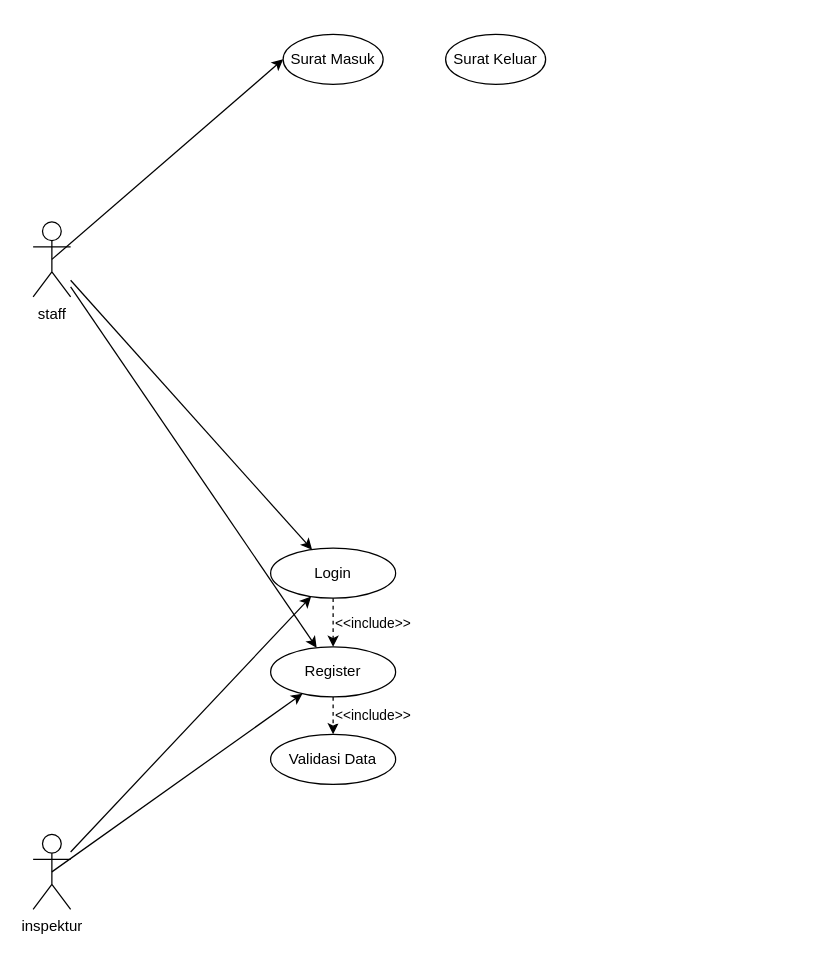
Before: use_case_diagram.drawio in sheillendra/arsip-surat, a draw.io diagram. Source tidied: cells renumbered, new cells numbered last; positions are measured from the earlier drawing's top-left corner, leaving out a move shared by most shapes. Both pictures are drawn from the tidied source at 125%, with x=0, y=0 at pixel (32, 34).
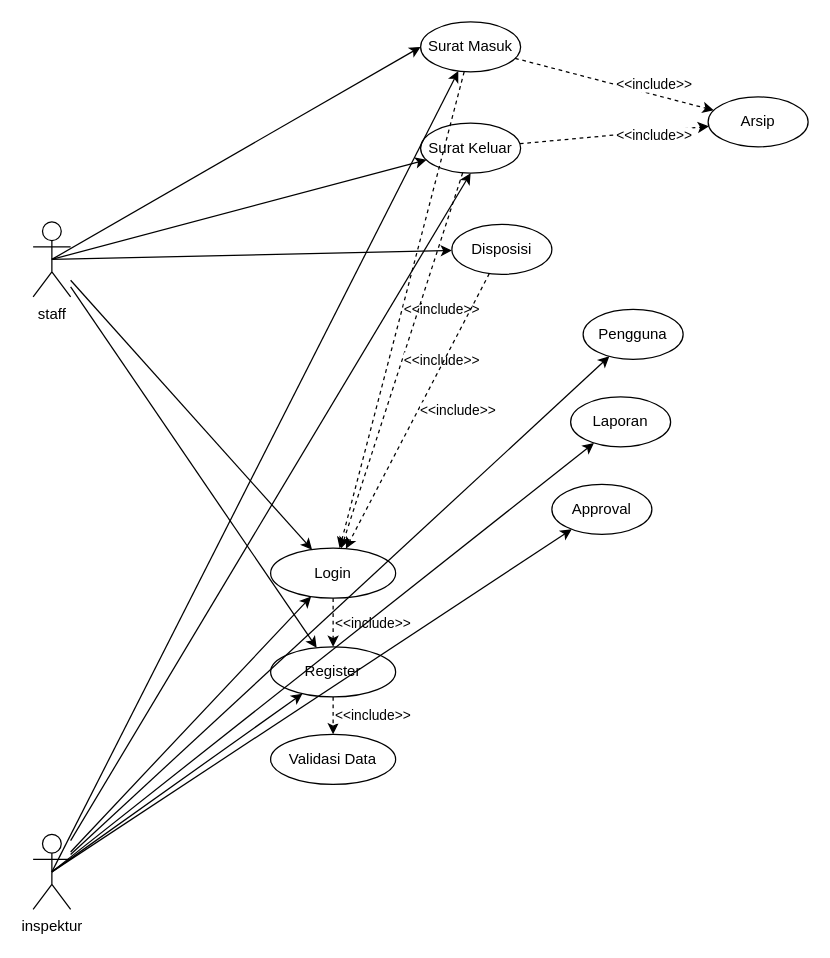
After the change.

Unchanged cells that the change refers to:
```xml
<mxCell id="5" value="staff" style="shape=umlActor;verticalLabelPosition=bottom;verticalAlign=top;html=1;outlineConnect=0;" parent="1" vertex="1">
  <mxGeometry y="150" width="30" height="60" as="geometry" />
</mxCell>
<mxCell id="8" value="inspektur" style="shape=umlActor;verticalLabelPosition=bottom;verticalAlign=top;html=1;outlineConnect=0;" parent="1" vertex="1">
  <mxGeometry y="640" width="30" height="60" as="geometry" />
</mxCell>
<mxCell id="9" value="Login" style="ellipse;whiteSpace=wrap;html=1;" parent="1" vertex="1">
  <mxGeometry x="190" y="411" width="100" height="40" as="geometry" />
</mxCell>
```

Change to the diagram source:
```diff
@@
     <mxCell id="6" value="Surat Masuk" style="ellipse;whiteSpace=wrap;html=1;" parent="1" vertex="1">
-      <mxGeometry x="200" width="80" height="40" as="geometry" />
+      <mxGeometry x="310" y="-10" width="80" height="40" as="geometry" />
     </mxCell>
@@
     <mxCell id="15" value="Surat Keluar" style="ellipse;whiteSpace=wrap;html=1;" parent="1" vertex="1">
-      <mxGeometry x="330" width="80" height="40" as="geometry" />
+      <mxGeometry x="310" y="71" width="80" height="40" as="geometry" />
     </mxCell>
+    <mxCell id="16" style="rounded=0;jettySize=auto;html=1;exitX=0.5;exitY=0.5;exitDx=0;exitDy=0;exitPerimeter=0;" parent="1" edge="1" source="5" target="15">
+      <mxGeometry relative="1" as="geometry" />
+    </mxCell>
+    <mxCell id="17" value="Disposisi" style="ellipse;whiteSpace=wrap;html=1;" parent="1" vertex="1">
+      <mxGeometry x="335" y="152" width="80" height="40" as="geometry" />
+    </mxCell>
+    <mxCell id="18" value="Arsip" style="ellipse;whiteSpace=wrap;html=1;" parent="1" vertex="1">
+      <mxGeometry x="540" y="50" width="80" height="40" as="geometry" />
+    </mxCell>
+    <mxCell id="19" style="rounded=0;jettySize=auto;html=1;exitX=0.5;exitY=0.5;exitDx=0;exitDy=0;exitPerimeter=0;" parent="1" edge="1" source="5" target="17">
+      <mxGeometry relative="1" as="geometry" />
+    </mxCell>
+    <mxCell id="20" value="&amp;lt;&amp;lt;include&amp;gt;&amp;gt;" style="endArrow=classic;html=1;rounded=0;dashed=1;align=left;" parent="1" edge="1" source="6" target="18">
+      <mxGeometry relative="1" as="geometry" />
+    </mxCell>
+    <mxCell id="21" value="&amp;lt;&amp;lt;include&amp;gt;&amp;gt;" style="endArrow=classic;html=1;rounded=0;dashed=1;align=left;" parent="1" edge="1" source="15" target="18">
+      <mxGeometry relative="1" as="geometry" />
+    </mxCell>
+    <mxCell id="22" value="&amp;lt;&amp;lt;include&amp;gt;&amp;gt;" style="endArrow=classic;html=1;rounded=0;dashed=1;align=left;" parent="1" edge="1" source="6" target="9">
+      <mxGeometry relative="1" as="geometry" />
+    </mxCell>
+    <mxCell id="23" value="&amp;lt;&amp;lt;include&amp;gt;&amp;gt;" style="endArrow=classic;html=1;rounded=0;dashed=1;align=left;" parent="1" edge="1" source="15" target="9">
+      <mxGeometry relative="1" as="geometry" />
+    </mxCell>
+    <mxCell id="24" value="&amp;lt;&amp;lt;include&amp;gt;&amp;gt;" style="endArrow=classic;html=1;rounded=0;dashed=1;align=left;" parent="1" edge="1" source="17" target="9">
+      <mxGeometry relative="1" as="geometry" />
+    </mxCell>
+    <mxCell id="25" value="Pengguna" style="ellipse;whiteSpace=wrap;html=1;" parent="1" vertex="1">
+      <mxGeometry x="440" y="220" width="80" height="40" as="geometry" />
+    </mxCell>
+    <mxCell id="26" value="Laporan" style="ellipse;whiteSpace=wrap;html=1;" parent="1" vertex="1">
+      <mxGeometry x="430" y="290" width="80" height="40" as="geometry" />
+    </mxCell>
+    <mxCell id="27" value="Approval" style="ellipse;whiteSpace=wrap;html=1;" parent="1" vertex="1">
+      <mxGeometry x="415" y="360" width="80" height="40" as="geometry" />
+    </mxCell>
+    <mxCell id="28" style="rounded=0;jettySize=auto;html=1;exitX=0.5;exitY=0.5;exitDx=0;exitDy=0;exitPerimeter=0;" parent="1" edge="1" source="8" target="26">
+      <mxGeometry relative="1" as="geometry" />
+    </mxCell>
+    <mxCell id="29" style="rounded=0;jettySize=auto;html=1;" parent="1" edge="1" source="8" target="25">
+      <mxGeometry relative="1" as="geometry" />
+    </mxCell>
+    <mxCell id="30" style="rounded=0;jettySize=auto;html=1;entryX=0.5;entryY=1;entryDx=0;entryDy=0;" parent="1" edge="1" source="8" target="15">
+      <mxGeometry relative="1" as="geometry" />
+    </mxCell>
+    <mxCell id="31" style="rounded=0;jettySize=auto;html=1;exitX=0.5;exitY=0.5;exitDx=0;exitDy=0;exitPerimeter=0;" parent="1" edge="1" source="8" target="6">
+      <mxGeometry relative="1" as="geometry" />
+    </mxCell>
+    <mxCell id="32" style="rounded=0;jettySize=auto;html=1;exitX=0.5;exitY=0.5;exitDx=0;exitDy=0;exitPerimeter=0;" parent="1" edge="1" source="8" target="27">
+      <mxGeometry relative="1" as="geometry" />
+    </mxCell>
```
